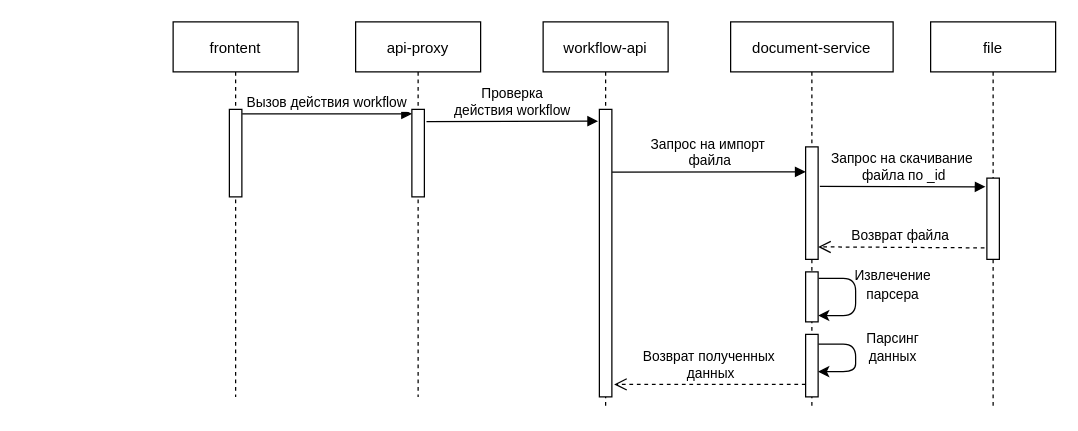
Before: document-service/import.drawio in effective-group/docs-drawio, a draw.io diagram. Source tidied: cells renumbered, new cells numbered last; positions are measured from the earlier drawing's top-left corner, leaving out a move shared by most shapes. Both pictures are drawn from the tidied source at 125%, with x=0, y=0 at pixel (172, 21).
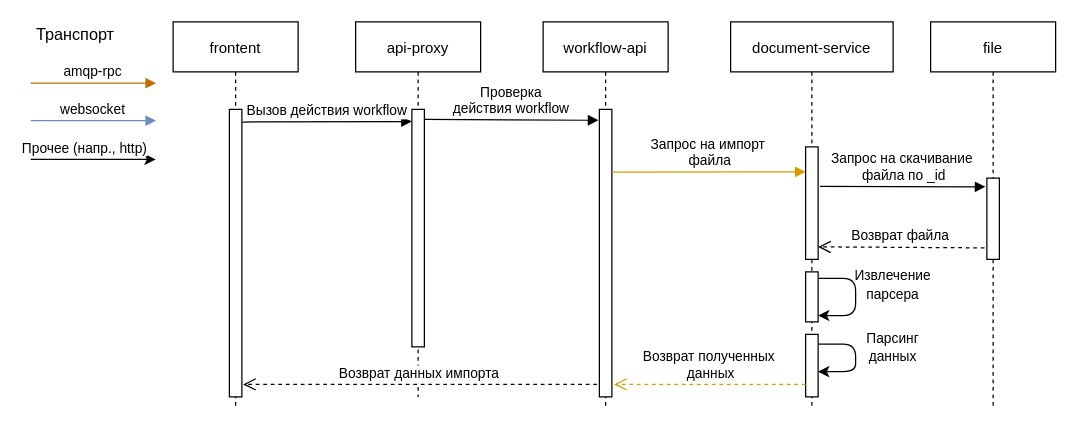
The same page after the edit.

Unchanged cells that the change refers to:
```xml
<mxCell id="4" value="api-proxy" style="shape=umlLifeline;perimeter=lifelinePerimeter;rounded=0;shadow=0;strokeWidth=1;" parent="1" vertex="1">
  <mxGeometry x="146" width="100" height="300" as="geometry" />
</mxCell>
<mxCell id="6" value="workflow-api" style="shape=umlLifeline;perimeter=lifelinePerimeter;rounded=0;shadow=0;strokeWidth=1;" parent="1" vertex="1">
  <mxGeometry x="296" width="100" height="310" as="geometry" />
</mxCell>
<mxCell id="7" style="points=[];perimeter=orthogonalPerimeter;rounded=0;shadow=0;strokeWidth=1;" parent="6" vertex="1">
  <mxGeometry x="45" y="70" width="10" height="230" as="geometry" />
</mxCell>
```

Diff of the diagram source:
```diff
@@
     <mxCell id="2" value="frontent" style="shape=umlLifeline;perimeter=lifelinePerimeter;rounded=0;shadow=0;strokeWidth=1;" parent="1" vertex="1">
-      <mxGeometry width="100" height="300" as="geometry" />
+      <mxGeometry width="100" height="310" as="geometry" />
     </mxCell>
     <mxCell id="3" style="points=[];perimeter=orthogonalPerimeter;rounded=0;shadow=0;strokeWidth=1;" parent="2" vertex="1">
-      <mxGeometry x="45" y="70" width="10" height="70" as="geometry" />
+      <mxGeometry x="45" y="70" width="10" height="230" as="geometry" />
     </mxCell>
@@
     <mxCell id="5" style="points=[];perimeter=orthogonalPerimeter;rounded=0;shadow=0;strokeWidth=1;" parent="4" vertex="1">
-      <mxGeometry x="45" y="70" width="10" height="70" as="geometry" />
+      <mxGeometry x="45" y="70" width="10" height="190" as="geometry" />
     </mxCell>
@@
+    <mxCell id="24" value="Возврат данных импорта" style="verticalAlign=bottom;endArrow=open;dashed=1;endSize=8;shadow=0;strokeWidth=1;" parent="6" edge="1">
+      <mxGeometry relative="1" as="geometry">
+        <mxPoint x="43.1" y="290" as="sourcePoint" />
+        <mxPoint x="-240" y="290" as="targetPoint" />
+      </mxGeometry>
+    </mxCell>
@@
-    <mxCell id="13" value="Вызов действия workflow" style="verticalAlign=bottom;endArrow=block;entryX=0.005;entryY=0.051;shadow=0;strokeWidth=1;entryDx=0;entryDy=0;entryPerimeter=0;exitX=1.028;exitY=0.051;exitDx=0;exitDy=0;exitPerimeter=0;" parent="1" edge="1" source="3" target="5">
+    <mxCell id="13" value="Вызов действия workflow" style="verticalAlign=bottom;endArrow=block;entryX=0.005;entryY=0.051;shadow=0;strokeWidth=1;entryDx=0;entryDy=0;entryPerimeter=0;exitX=1.04;exitY=0.044;exitDx=0;exitDy=0;exitPerimeter=0;" parent="1" edge="1" source="3" target="5">
       <mxGeometry relative="1" as="geometry" />
     </mxCell>
-    <mxCell id="14" value="Проверка &#10;действия workflow" style="verticalAlign=bottom;endArrow=block;shadow=0;strokeWidth=1;exitX=1.17;exitY=0.141;exitDx=0;exitDy=0;exitPerimeter=0;entryX=-0.105;entryY=0.041;entryDx=0;entryDy=0;entryPerimeter=0;" parent="1" edge="1" source="5" target="7">
+    <mxCell id="14" value="Проверка &#10;действия workflow" style="verticalAlign=bottom;endArrow=block;shadow=0;strokeWidth=1;entryX=-0.069;entryY=0.038;entryDx=0;entryDy=0;entryPerimeter=0;exitX=0.972;exitY=0.042;exitDx=0;exitDy=0;exitPerimeter=0;" parent="1" edge="1" source="5" target="7">
       <mxGeometry relative="1" as="geometry" />
     </mxCell>
-    <mxCell id="15" value="Запрос на импорт&#10; файла" style="verticalAlign=bottom;endArrow=block;shadow=0;strokeWidth=1;exitX=1.019;exitY=0.218;exitDx=0;exitDy=0;exitPerimeter=0;" parent="1" edge="1" source="7">
+    <mxCell id="15" value="Запрос на импорт&#10; файла" style="verticalAlign=bottom;endArrow=block;shadow=0;strokeWidth=1;exitX=1.019;exitY=0.218;exitDx=0;exitDy=0;exitPerimeter=0;fillColor=#ffe6cc;strokeColor=#d79b00;" parent="1" edge="1" source="7">
       <mxGeometry relative="1" as="geometry">
         <mxPoint x="506" y="120" as="targetPoint" />
       </mxGeometry>
     </mxCell>
@@
-    <mxCell id="23" value="Возврат полученных&#10; данных" style="verticalAlign=bottom;endArrow=open;dashed=1;endSize=8;shadow=0;strokeWidth=1;" parent="1" edge="1">
+    <mxCell id="23" value="Возврат полученных&#10; данных" style="verticalAlign=bottom;endArrow=open;dashed=1;endSize=8;shadow=0;strokeWidth=1;fillColor=#ffe6cc;strokeColor=#d79b00;" parent="1" edge="1">
       <mxGeometry relative="1" as="geometry">
         <mxPoint x="506" y="290" as="sourcePoint" />
         <mxPoint x="352.8" y="290" as="targetPoint" />
       </mxGeometry>
     </mxCell>
+    <mxCell id="25" value="amqp-rpc" style="verticalAlign=bottom;endArrow=block;shadow=0;strokeWidth=1;fontSize=11;entryX=-0.033;entryY=0.001;entryDx=0;entryDy=0;entryPerimeter=0;fillColor=#f0a30a;strokeColor=#BD7000;" parent="1" edge="1">
+      <mxGeometry relative="1" as="geometry">
+        <mxPoint x="-114" y="49" as="sourcePoint" />
+        <mxPoint x="-13.6" y="49" as="targetPoint" />
+      </mxGeometry>
+    </mxCell>
+    <mxCell id="26" value="websocket" style="verticalAlign=bottom;endArrow=block;shadow=0;strokeWidth=1;fontSize=11;entryX=-0.033;entryY=0.001;entryDx=0;entryDy=0;entryPerimeter=0;fillColor=#dae8fc;strokeColor=#6c8ebf;" parent="1" edge="1">
+      <mxGeometry relative="1" as="geometry">
+        <mxPoint x="-114" y="79" as="sourcePoint" />
+        <mxPoint x="-13.6" y="79" as="targetPoint" />
+      </mxGeometry>
+    </mxCell>
+    <mxCell id="27" value="Транспорт" style="text;html=1;strokeColor=none;fillColor=none;align=center;verticalAlign=middle;whiteSpace=wrap;rounded=0;fontSize=13;" parent="1" vertex="1">
+      <mxGeometry x="-98" width="40" height="20" as="geometry" />
+    </mxCell>
+    <mxCell id="28" style="endArrow=classic;html=1;rounded=0;" parent="1" edge="1">
+      <mxGeometry relative="1" as="geometry">
+        <mxPoint x="-114" y="110" as="sourcePoint" />
+        <mxPoint x="-14" y="110" as="targetPoint" />
+      </mxGeometry>
+    </mxCell>
+    <mxCell id="29" value="Прочее (напр., http)" style="edgeLabel;html=1;align=center;verticalAlign=middle;" parent="28" vertex="1">
+      <mxGeometry x="-0.16" y="2" relative="1" as="geometry">
+        <mxPoint y="-8" as="offset" />
+      </mxGeometry>
+    </mxCell>
```
